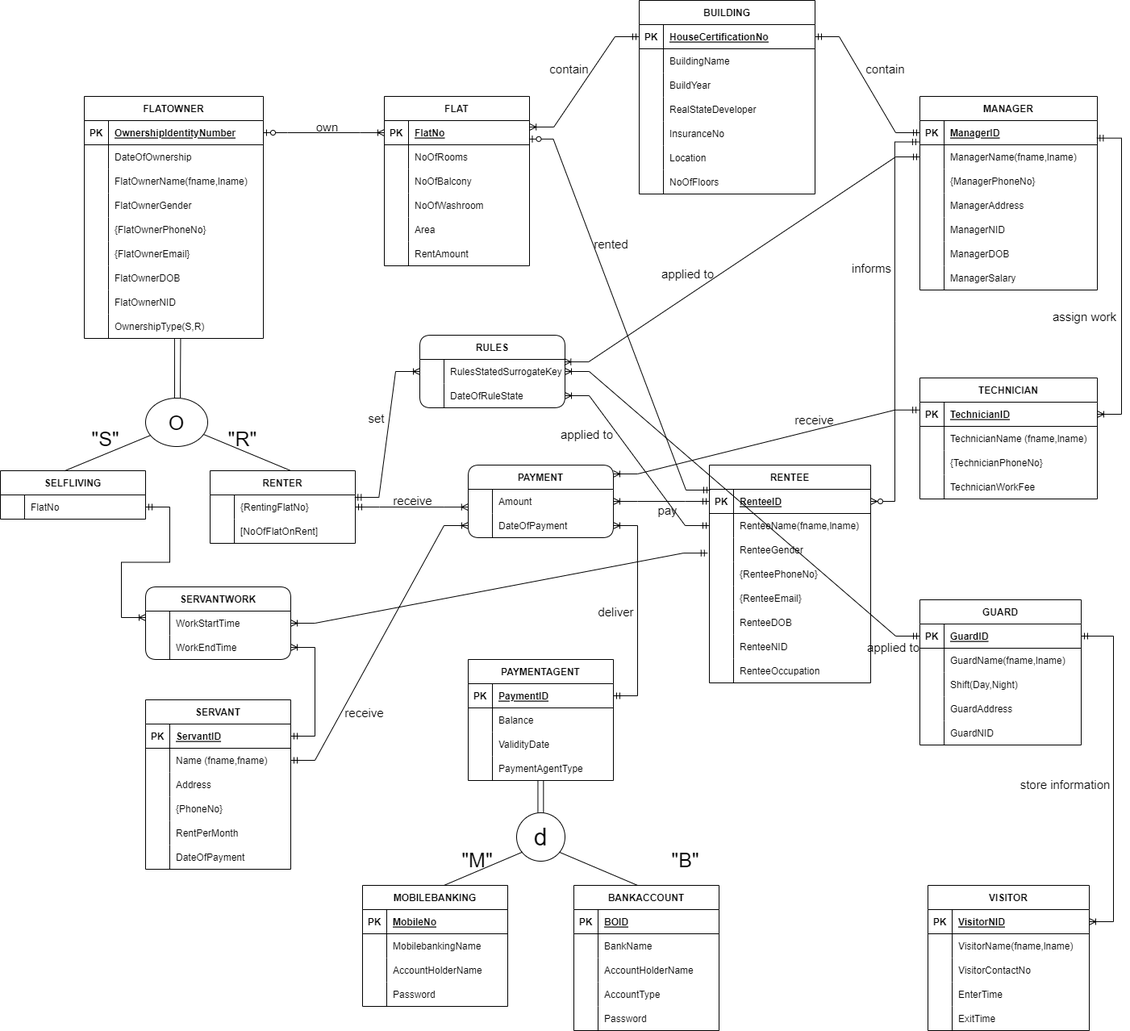
Earlier version of the draw.io export EERD.png (toushifhossain1/Residential-Management-and-Monitoring-System). Source tidied: cells renumbered, new cells last; positions are measured from the earlier drawing's top-left corner, leaving out a move shared by most shapes.
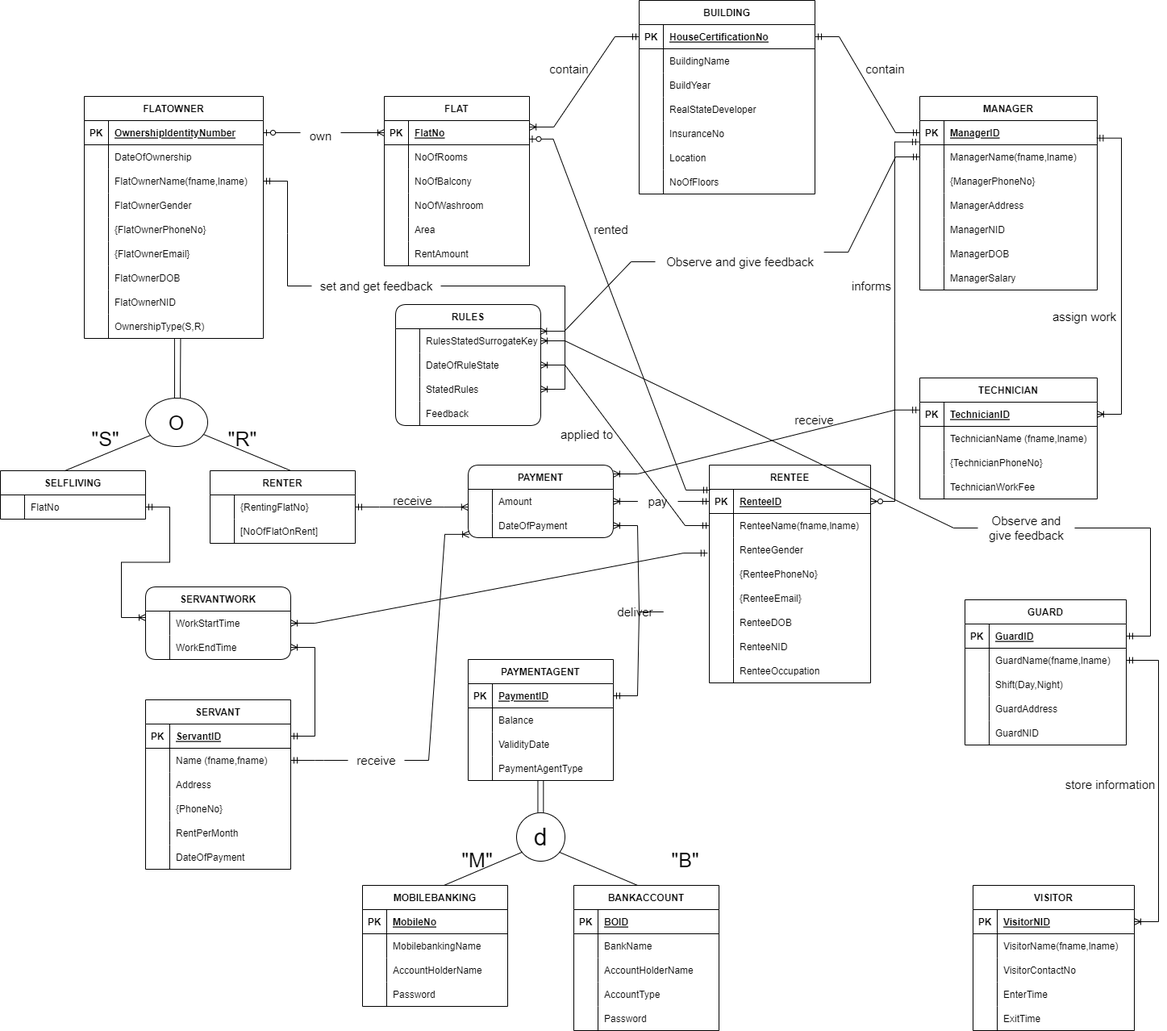
Later version of the same file.

Diff of the diagram source:
```diff
@@ -433,7 +433,7 @@
       <mxGeometry x="30" width="190" height="30" as="geometry" />
     </mxCell>
     <mxCell id="144" value="GUARD" style="shape=table;startSize=30;rowLines=0;fontStyle=1;align=center;fontSize=12;" parent="1" vertex="1">
-      <mxGeometry x="1140" y="743" width="200" height="180" as="geometry" />
+      <mxGeometry x="1196" y="743" width="200" height="180" as="geometry" />
     </mxCell>
     <mxCell id="145" style="shape=tableRow;horizontal=0;startSize=0;swimlaneHead=0;swimlaneBody=0;fillColor=none;points=[[0,0.5],[1,0.5]];portConstraint=eastwest;top=0;left=0;right=0;bottom=1;fontSize=12;" parent="144" vertex="1">
       <mxGeometry y="30" width="200" height="30" as="geometry" />
@@ -660,30 +660,21 @@
     <mxCell id="217" value="&quot;B&quot;" style="text;html=1;align=center;verticalAlign=middle;strokeColor=none;fillColor=none;fontSize=25;" parent="1" vertex="1">
       <mxGeometry x="819" y="1045" width="60" height="40" as="geometry" />
     </mxCell>
-    <mxCell id="218" style="edgeStyle=entityRelationEdgeStyle;fontSize=12;html=1;endArrow=ERoneToMany;startArrow=ERzeroToOne;rounded=0;" parent="1" edge="1" source="74" target="113">
+    <mxCell id="218" style="edgeStyle=entityRelationEdgeStyle;fontSize=12;html=1;endArrow=ERoneToMany;startArrow=none;rounded=0;" parent="1" edge="1" source="219" target="113">
       <mxGeometry relative="1" as="geometry" />
     </mxCell>
-    <mxCell id="219" value="&lt;font size=&quot;1&quot;&gt;own&lt;/font&gt;" style="text;html=1;align=center;verticalAlign=middle;points=[];strokeColor=none;fillColor=none;fontSize=25;" parent="1" vertex="1">
-      <mxGeometry x="380" y="133" width="50" height="40" as="geometry" />
-    </mxCell>
     <mxCell id="220" style="edgeStyle=entityRelationEdgeStyle;fontSize=12;html=1;endArrow=ERoneToMany;startArrow=ERmandOne;rounded=0;exitX=1;exitY=0.5;exitDx=0;exitDy=0;entryX=-0.001;entryY=0.736;entryDx=0;entryDy=0;entryPerimeter=0;" parent="1" edge="1" source="3" target="10">
       <mxGeometry relative="1" as="geometry" />
     </mxCell>
     <mxCell id="221" value="&lt;font style=&quot;font-size: 15px;&quot;&gt;receive&lt;/font&gt;" style="text;html=1;align=center;verticalAlign=middle;strokeColor=none;fillColor=none;fontSize=12;" parent="1" vertex="1">
       <mxGeometry x="476" y="605" width="70" height="30" as="geometry" />
     </mxCell>
-    <mxCell id="222" style="edgeStyle=entityRelationEdgeStyle;fontSize=12;html=1;endArrow=ERoneToMany;startArrow=ERmandOne;rounded=0;entryX=1;entryY=0.5;entryDx=0;entryDy=0;exitX=0;exitY=0.5;exitDx=0;exitDy=0;" parent="1" edge="1" source="30" target="10">
+    <mxCell id="222" style="edgeStyle=entityRelationEdgeStyle;fontSize=12;html=1;endArrow=ERoneToMany;startArrow=none;rounded=0;entryX=1;entryY=0.5;entryDx=0;entryDy=0;exitX=0;exitY=0.5;exitDx=0;exitDy=0;" parent="1" edge="1" source="223" target="10">
       <mxGeometry relative="1" as="geometry" />
     </mxCell>
-    <mxCell id="223" value="&lt;font style=&quot;font-size: 15px;&quot;&gt;pay&lt;/font&gt;" style="text;html=1;align=center;verticalAlign=middle;points=[];strokeColor=none;fillColor=none;fontSize=12;" parent="1" vertex="1">
-      <mxGeometry x="802" y="617" width="50" height="30" as="geometry" />
-    </mxCell>
-    <mxCell id="224" style="edgeStyle=entityRelationEdgeStyle;fontSize=12;html=1;endArrow=ERoneToMany;startArrow=ERmandOne;rounded=0;exitX=1;exitY=0.5;exitDx=0;exitDy=0;entryX=1;entryY=0.5;entryDx=0;entryDy=0;" parent="1" edge="1" source="17" target="13">
+    <mxCell id="224" style="edgeStyle=entityRelationEdgeStyle;fontSize=12;html=1;endArrow=ERoneToMany;startArrow=none;rounded=0;exitX=1;exitY=0.5;exitDx=0;exitDy=0;entryX=1;entryY=0.5;entryDx=0;entryDy=0;" parent="1" edge="1" source="225" target="13">
       <mxGeometry relative="1" as="geometry" />
     </mxCell>
-    <mxCell id="225" value="&lt;font style=&quot;font-size: 15px;&quot;&gt;deliver&lt;/font&gt;" style="text;html=1;align=center;verticalAlign=middle;points=[];strokeColor=none;fillColor=none;fontSize=12;" parent="1" vertex="1">
-      <mxGeometry x="728" y="743" width="70" height="30" as="geometry" />
-    </mxCell>
     <mxCell id="226" value="BUILDING" style="shape=table;startSize=30;rowLines=0;fontStyle=1;align=center;rounded=0;fontSize=12;" parent="1" vertex="1">
       <mxGeometry x="792" width="218" height="240" as="geometry" />
     </mxCell>
@@ -763,7 +754,7 @@
       <mxGeometry relative="1" as="geometry" />
     </mxCell>
     <mxCell id="252" value="&lt;font style=&quot;font-size: 15px;&quot;&gt;informs&lt;/font&gt;" style="text;html=1;align=center;verticalAlign=middle;strokeColor=none;fillColor=none;fontSize=12;" parent="1" vertex="1">
-      <mxGeometry x="1045" y="317" width="70" height="30" as="geometry" />
+      <mxGeometry x="1045" y="339" width="70" height="30" as="geometry" />
     </mxCell>
     <mxCell id="253" value="&lt;font style=&quot;font-size: 15px;&quot;&gt;contain&lt;/font&gt;" style="text;html=1;align=center;verticalAlign=middle;strokeColor=none;fillColor=none;fontSize=12;" parent="1" vertex="1">
       <mxGeometry x="1062" y="70" width="70" height="30" as="geometry" />
@@ -772,7 +763,7 @@
       <mxGeometry relative="1" as="geometry" />
     </mxCell>
     <mxCell id="255" value="VISITOR" style="shape=table;startSize=30;rowLines=0;fontStyle=1;align=center;rounded=0;fontSize=12;" parent="1" vertex="1">
-      <mxGeometry x="1150" y="1097" width="200" height="180" as="geometry" />
+      <mxGeometry x="1206" y="1097" width="200" height="180" as="geometry" />
     </mxCell>
     <mxCell id="256" style="shape=tableRow;horizontal=0;startSize=0;swimlaneHead=0;swimlaneBody=0;fillColor=none;points=[[0,0.5],[1,0.5]];portConstraint=eastwest;top=0;left=0;right=0;bottom=1;rounded=0;fontSize=12;" parent="255" vertex="1">
       <mxGeometry y="30" width="200" height="30" as="geometry" />
@@ -819,11 +810,11 @@
     <mxCell id="270" value="ExitTime" style="shape=partialRectangle;fillColor=none;top=0;left=0;bottom=0;right=0;align=left;spacingLeft=6;overflow=hidden;rounded=0;fontSize=12;" parent="268" vertex="1">
       <mxGeometry x="30" width="170" height="30" as="geometry" />
     </mxCell>
-    <mxCell id="271" style="edgeStyle=entityRelationEdgeStyle;fontSize=12;html=1;endArrow=ERoneToMany;startArrow=ERmandOne;rounded=0;exitX=1;exitY=0.5;exitDx=0;exitDy=0;" parent="1" edge="1" source="145" target="256">
+    <mxCell id="271" style="edgeStyle=entityRelationEdgeStyle;fontSize=12;html=1;endArrow=ERoneToMany;startArrow=ERmandOne;rounded=0;" parent="1" edge="1" source="148" target="256">
       <mxGeometry relative="1" as="geometry" />
     </mxCell>
     <mxCell id="272" value="&lt;font style=&quot;font-size: 15px;&quot;&gt;store information&lt;/font&gt;" style="text;html=1;align=center;verticalAlign=middle;strokeColor=none;fillColor=none;fontSize=12;" parent="1" vertex="1">
-      <mxGeometry x="1250" y="957" width="140" height="30" as="geometry" />
+      <mxGeometry x="1306" y="957" width="140" height="30" as="geometry" />
     </mxCell>
     <mxCell id="273" value="&lt;span style=&quot;font-size: 15px;&quot;&gt;assign work&lt;/span&gt;" style="text;html=1;align=center;verticalAlign=middle;strokeColor=none;fillColor=none;fontSize=12;" parent="1" vertex="1">
       <mxGeometry x="1294" y="377" width="100" height="30" as="geometry" />
@@ -859,7 +850,7 @@
       <mxGeometry relative="1" as="geometry" />
     </mxCell>
     <mxCell id="284" value="&lt;font style=&quot;font-size: 15px;&quot;&gt;rented&lt;/font&gt;" style="text;html=1;align=center;verticalAlign=middle;strokeColor=none;fillColor=none;fontSize=12;" parent="1" vertex="1">
-      <mxGeometry x="722" y="287" width="70" height="30" as="geometry" />
+      <mxGeometry x="722" y="269" width="70" height="30" as="geometry" />
     </mxCell>
     <mxCell id="285" style="edgeStyle=entityRelationEdgeStyle;fontSize=12;html=1;endArrow=ERoneToMany;startArrow=ERmandOne;rounded=0;" parent="1" edge="1" source="102">
       <mxGeometry relative="1" as="geometry">
@@ -872,14 +863,11 @@
     <mxCell id="287" style="edgeStyle=entityRelationEdgeStyle;fontSize=12;html=1;endArrow=ERoneToMany;startArrow=ERmandOne;rounded=0;exitX=-0.011;exitY=0.637;exitDx=0;exitDy=0;exitPerimeter=0;" parent="1" edge="1" source="36" target="277">
       <mxGeometry relative="1" as="geometry" />
     </mxCell>
-    <mxCell id="288" style="edgeStyle=entityRelationEdgeStyle;fontSize=12;html=1;endArrow=ERoneToMany;startArrow=ERmandOne;rounded=0;" parent="1" edge="1" source="58" target="13">
+    <mxCell id="288" style="edgeStyle=entityRelationEdgeStyle;fontSize=12;html=1;endArrow=ERoneToMany;startArrow=none;rounded=0;entryX=0.006;entryY=0.862;entryDx=0;entryDy=0;entryPerimeter=0;" parent="1" edge="1" source="289" target="13">
       <mxGeometry relative="1" as="geometry" />
     </mxCell>
-    <mxCell id="289" value="&lt;font style=&quot;font-size: 15px;&quot;&gt;receive&lt;/font&gt;" style="text;html=1;align=center;verticalAlign=middle;points=[];strokeColor=none;fillColor=none;fontSize=12;" parent="1" vertex="1">
-      <mxGeometry x="416" y="868" width="70" height="30" as="geometry" />
-    </mxCell>
     <mxCell id="290" value="RULES" style="shape=table;startSize=30;rowLines=0;fontStyle=1;align=center;rounded=1;" parent="1" vertex="1">
-      <mxGeometry x="520" y="415" width="180" height="90" as="geometry" />
+      <mxGeometry x="490" y="377" width="180" height="150" as="geometry" />
     </mxCell>
     <mxCell id="291" style="shape=tableRow;horizontal=0;startSize=0;swimlaneHead=0;swimlaneBody=0;fillColor=none;points=[[0,0.5],[1,0.5]];portConstraint=eastwest;top=0;left=0;right=0;bottom=0;" parent="290" vertex="1">
       <mxGeometry y="30" width="180" height="30" as="geometry" />
@@ -899,29 +887,80 @@
     <mxCell id="296" value="DateOfRuleState" style="shape=partialRectangle;fillColor=none;top=0;left=0;bottom=0;right=0;align=left;spacingLeft=6;overflow=hidden;" parent="294" vertex="1">
       <mxGeometry x="30" width="150" height="30" as="geometry" />
     </mxCell>
+    <mxCell id="305" style="shape=tableRow;horizontal=0;startSize=0;swimlaneHead=0;swimlaneBody=0;fillColor=none;points=[[0,0.5],[1,0.5]];portConstraint=eastwest;top=0;left=0;right=0;bottom=0;" parent="290" vertex="1">
+      <mxGeometry y="90" width="180" height="30" as="geometry" />
+    </mxCell>
+    <mxCell id="306" style="shape=partialRectangle;fillColor=none;top=0;left=0;bottom=0;right=0;overflow=hidden;" parent="305" vertex="1">
+      <mxGeometry width="30" height="30" as="geometry" />
+    </mxCell>
+    <mxCell id="307" value="StatedRules" style="shape=partialRectangle;fillColor=none;top=0;left=0;bottom=0;right=0;align=left;spacingLeft=6;overflow=hidden;" parent="305" vertex="1">
+      <mxGeometry x="30" width="150" height="30" as="geometry" />
+    </mxCell>
+    <mxCell id="308" style="shape=tableRow;horizontal=0;startSize=0;swimlaneHead=0;swimlaneBody=0;fillColor=none;top=0;left=0;right=0;bottom=0;" parent="290" vertex="1">
+      <mxGeometry y="120" width="180" height="30" as="geometry" />
+    </mxCell>
+    <mxCell id="309" style="shape=partialRectangle;fillColor=none;top=0;left=0;bottom=0;right=0;overflow=hidden;" parent="308" vertex="1">
+      <mxGeometry width="30" height="30" as="geometry" />
+    </mxCell>
+    <mxCell id="310" value="Feedback" style="shape=partialRectangle;fillColor=none;top=0;left=0;bottom=0;right=0;align=left;spacingLeft=6;overflow=hidden;" parent="308" vertex="1">
+      <mxGeometry x="30" width="150" height="30" as="geometry" />
+    </mxCell>
-    <mxCell id="297" style="edgeStyle=entityRelationEdgeStyle;fontSize=12;html=1;endArrow=ERoneToMany;startArrow=ERmandOne;rounded=0;exitX=0.996;exitY=0.101;exitDx=0;exitDy=0;exitPerimeter=0;" parent="1" edge="1" source="3" target="291">
+    <mxCell id="297" style="edgeStyle=entityRelationEdgeStyle;fontSize=12;html=1;endArrow=ERoneToMany;startArrow=none;rounded=0;" parent="1" edge="1" source="298" target="305">
       <mxGeometry relative="1" as="geometry" />
     </mxCell>
-    <mxCell id="298" value="&lt;font style=&quot;font-size: 15px;&quot;&gt;set&lt;/font&gt;" style="text;html=1;align=center;verticalAlign=middle;points=[];strokeColor=none;fillColor=none;" parent="1" vertex="1">
-      <mxGeometry x="446" y="503" width="40" height="30" as="geometry" />
-    </mxCell>
-    <mxCell id="299" style="edgeStyle=entityRelationEdgeStyle;fontSize=12;html=1;endArrow=ERoneToMany;startArrow=ERmandOne;rounded=0;entryX=0.996;entryY=0.103;entryDx=0;entryDy=0;entryPerimeter=0;" parent="1" edge="1" source="164" target="291">
+    <mxCell id="299" style="edgeStyle=entityRelationEdgeStyle;fontSize=12;html=1;endArrow=ERoneToMany;startArrow=none;rounded=0;entryX=0.996;entryY=0.103;entryDx=0;entryDy=0;entryPerimeter=0;" parent="1" edge="1" source="302" target="291">
       <mxGeometry relative="1" as="geometry" />
     </mxCell>
-    <mxCell id="300" style="edgeStyle=entityRelationEdgeStyle;fontSize=12;html=1;endArrow=ERoneToMany;startArrow=ERmandOne;rounded=0;" parent="1" edge="1" source="145" target="291">
+    <mxCell id="300" style="edgeStyle=entityRelationEdgeStyle;fontSize=12;html=1;endArrow=ERoneToMany;startArrow=none;rounded=0;" parent="1" edge="1" source="315" target="291">
       <mxGeometry relative="1" as="geometry" />
     </mxCell>
     <mxCell id="301" style="edgeStyle=entityRelationEdgeStyle;fontSize=12;html=1;endArrow=ERoneToMany;startArrow=ERmandOne;rounded=0;" parent="1" edge="1" source="33" target="294">
       <mxGeometry relative="1" as="geometry" />
     </mxCell>
+    <mxCell id="303" value="applied to" style="text;html=1;align=center;verticalAlign=middle;strokeColor=none;fillColor=none;fontSize=15;" parent="1" vertex="1">
+      <mxGeometry x="682" y="523" width="90" height="30" as="geometry" />
+    </mxCell>
+    <mxCell id="298" value="&lt;font style=&quot;font-size: 15px;&quot;&gt;set and get feedback&lt;/font&gt;" style="text;html=1;align=center;verticalAlign=middle;points=[];strokeColor=none;fillColor=none;" parent="1" vertex="1">
+      <mxGeometry x="386" y="339" width="160" height="30" as="geometry" />
+    </mxCell>
+    <mxCell id="311" style="edgeStyle=entityRelationEdgeStyle;fontSize=12;html=1;endArrow=none;startArrow=ERmandOne;rounded=0;" parent="1" edge="1" source="80" target="298">
+      <mxGeometry relative="1" as="geometry" />
+    </mxCell>
+    <mxCell id="219" value="&lt;font size=&quot;1&quot;&gt;own&lt;/font&gt;" style="text;html=1;align=center;verticalAlign=middle;points=[];strokeColor=none;fillColor=none;fontSize=25;" parent="1" vertex="1">
+      <mxGeometry x="372" y="144" width="50" height="40" as="geometry" />
+    </mxCell>
+    <mxCell id="312" style="edgeStyle=entityRelationEdgeStyle;fontSize=12;html=1;endArrow=none;startArrow=ERzeroToOne;rounded=0;" parent="1" edge="1" source="74" target="219">
+      <mxGeometry relative="1" as="geometry" />
+    </mxCell>
-    <mxCell id="302" value="applied to" style="text;html=1;align=center;verticalAlign=middle;points=[];strokeColor=none;fillColor=none;fontSize=15;" parent="1" vertex="1">
-      <mxGeometry x="807" y="324" width="90" height="30" as="geometry" />
+    <mxCell id="302" value="Observe and give feedback" style="text;html=1;align=center;verticalAlign=middle;points=[];strokeColor=none;fillColor=none;fontSize=15;" parent="1" vertex="1">
+      <mxGeometry x="812" y="309" width="210" height="30" as="geometry" />
     </mxCell>
-    <mxCell id="303" value="applied to" style="text;html=1;align=center;verticalAlign=middle;strokeColor=none;fillColor=none;fontSize=15;" parent="1" vertex="1">
-      <mxGeometry x="682" y="523" width="90" height="30" as="geometry" />
-    </mxCell>
-    <mxCell id="304" value="applied to" style="text;html=1;align=center;verticalAlign=middle;strokeColor=none;fillColor=none;fontSize=15;" parent="1" vertex="1">
-      <mxGeometry x="1062" y="787" width="90" height="30" as="geometry" />
-    </mxCell>
+    <mxCell id="313" style="edgeStyle=entityRelationEdgeStyle;fontSize=12;html=1;endArrow=none;startArrow=ERmandOne;rounded=0;entryX=0.996;entryY=0.103;entryDx=0;entryDy=0;entryPerimeter=0;" parent="1" edge="1" source="164" target="302">
+      <mxGeometry relative="1" as="geometry" />
+    </mxCell>
+    <mxCell id="223" value="&lt;font style=&quot;font-size: 15px;&quot;&gt;pay&lt;/font&gt;" style="text;html=1;align=center;verticalAlign=middle;points=[];strokeColor=none;fillColor=none;fontSize=12;" parent="1" vertex="1">
+      <mxGeometry x="790" y="606" width="50" height="30" as="geometry" />
+    </mxCell>
+    <mxCell id="314" style="edgeStyle=entityRelationEdgeStyle;fontSize=12;html=1;endArrow=none;startArrow=ERmandOne;rounded=0;entryX=1;entryY=0.5;entryDx=0;entryDy=0;exitX=0;exitY=0.5;exitDx=0;exitDy=0;" parent="1" edge="1" source="30" target="223">
+      <mxGeometry relative="1" as="geometry" />
+    </mxCell>
+    <mxCell id="315" value="Observe and &lt;br&gt;give feedback" style="text;html=1;align=center;verticalAlign=middle;points=[];strokeColor=none;fillColor=none;fontSize=15;" parent="1" vertex="1">
+      <mxGeometry x="1212" y="629" width="120" height="50" as="geometry" />
+    </mxCell>
+    <mxCell id="316" style="edgeStyle=entityRelationEdgeStyle;fontSize=12;html=1;endArrow=none;startArrow=ERmandOne;rounded=0;" parent="1" edge="1" source="145" target="315">
+      <mxGeometry relative="1" as="geometry" />
+    </mxCell>
+    <mxCell id="289" value="&lt;font style=&quot;font-size: 15px;&quot;&gt;receive&lt;/font&gt;" style="text;html=1;align=center;verticalAlign=middle;points=[];strokeColor=none;fillColor=none;fontSize=12;" parent="1" vertex="1">
+      <mxGeometry x="431" y="927" width="70" height="30" as="geometry" />
+    </mxCell>
+    <mxCell id="317" style="edgeStyle=entityRelationEdgeStyle;fontSize=12;html=1;endArrow=none;startArrow=ERmandOne;rounded=0;" parent="1" edge="1" source="58" target="289">
+      <mxGeometry relative="1" as="geometry" />
+    </mxCell>
+    <mxCell id="225" value="&lt;font style=&quot;font-size: 15px;&quot;&gt;deliver&lt;/font&gt;" style="text;html=1;align=center;verticalAlign=middle;points=[];strokeColor=none;fillColor=none;fontSize=12;" parent="1" vertex="1">
+      <mxGeometry x="752" y="743" width="70" height="30" as="geometry" />
+    </mxCell>
+    <mxCell id="318" style="edgeStyle=entityRelationEdgeStyle;fontSize=12;html=1;endArrow=none;startArrow=ERmandOne;rounded=0;exitX=1;exitY=0.5;exitDx=0;exitDy=0;entryX=1;entryY=0.5;entryDx=0;entryDy=0;" parent="1" edge="1" source="17" target="225">
+      <mxGeometry relative="1" as="geometry" />
+    </mxCell>
   </root>
 </mxGraphModel>
```
